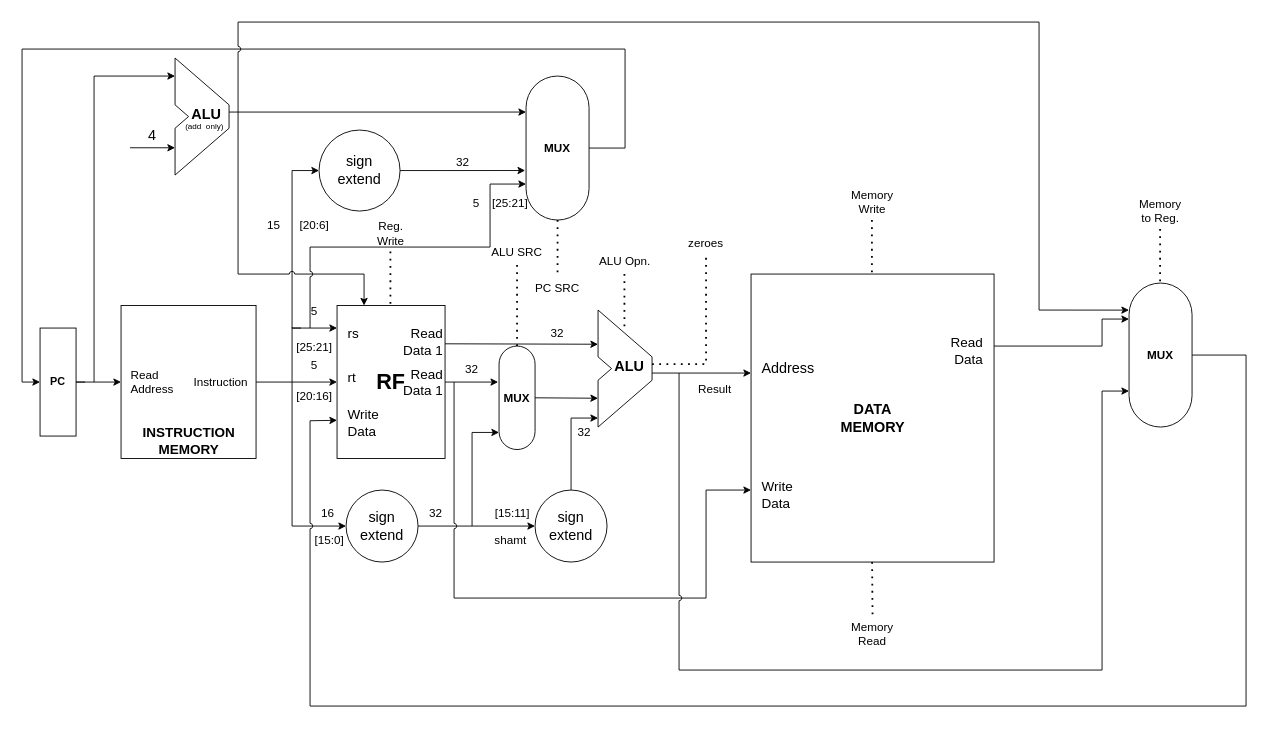
Above: Data path.drawio in nespar7/CompilersLab (draw.io), before the change. Source tidied: cells renumbered, new cells numbered last; positions are measured from the earlier drawing's top-left corner, leaving out a move shared by most shapes. Both pictures are drawn from the tidied source at 90%, with x=0, y=0 at pixel (22, 22).
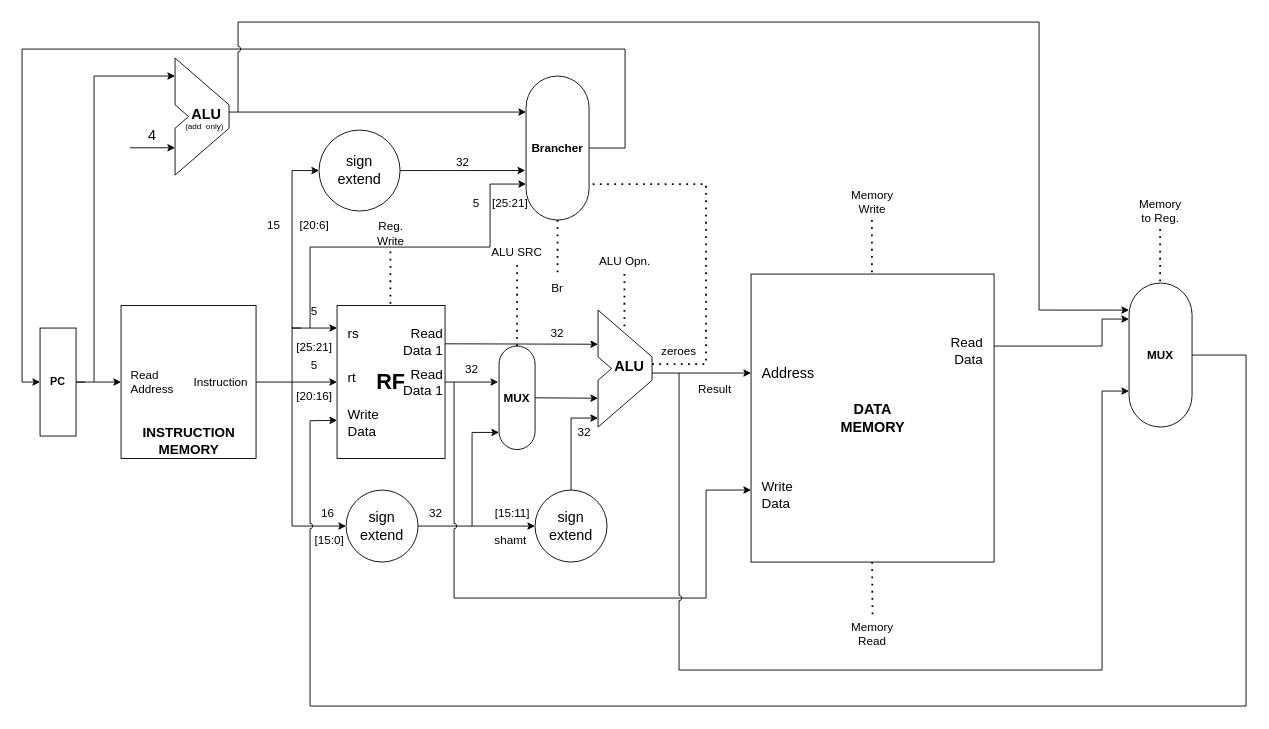
The same diagram, later.

The change refers to these unchanged cells:
```xml
<mxCell id="5" style="rounded=0;whiteSpace=wrap;html=1;fontSize=9;" parent="1" vertex="1">
  <mxGeometry x="350" y="315" width="120" height="170" as="geometry" />
</mxCell>
<mxCell id="21" value="&lt;font style=&quot;font-size: 16px;&quot;&gt;&lt;b&gt;ALU&lt;/b&gt;&lt;/font&gt;" style="text;html=1;strokeColor=none;fillColor=none;align=center;verticalAlign=middle;whiteSpace=wrap;rounded=0;fontSize=24;" parent="12" vertex="1">
  <mxGeometry x="10" y="50" width="50" height="20" as="geometry" />
</mxCell>
```

Change to the diagram source:
```diff
@@
-    <mxCell id="26" value="&lt;b&gt;&lt;font style=&quot;font-size: 13px;&quot;&gt;MUX&lt;/font&gt;&lt;/b&gt;" style="rounded=1;whiteSpace=wrap;html=1;fontSize=9;arcSize=50;" parent="1" vertex="1">
+    <mxCell id="26" value="&lt;b&gt;&lt;font style=&quot;font-size: 13px;&quot;&gt;Brancher&lt;/font&gt;&lt;/b&gt;" style="rounded=1;whiteSpace=wrap;html=1;fontSize=9;arcSize=50;" parent="1" vertex="1">
       <mxGeometry x="560" y="60" width="70" height="160" as="geometry" />
     </mxCell>
@@
-    <mxCell id="43" style="endArrow=classic;html=1;rounded=0;strokeColor=default;fontSize=13;jumpStyle=arc;entryX=0.25;entryY=0;entryDx=0;entryDy=0;" parent="1" edge="1" target="5">
-      <mxGeometry relative="1" as="geometry">
-        <mxPoint x="240" y="100" as="sourcePoint" />
-        <Array as="points">
-          <mxPoint x="240" y="280" />
-          <mxPoint x="380" y="280" />
-        </Array>
-      </mxGeometry>
-    </mxCell>
@@
     <mxCell id="66" value="&lt;div align=&quot;left&quot;&gt;Address&lt;/div&gt;" style="text;html=1;strokeColor=none;fillColor=none;align=left;verticalAlign=middle;whiteSpace=wrap;rounded=0;fontSize=16;" parent="1" vertex="1">
-      <mxGeometry x="820" y="370" width="60" height="30" as="geometry" />
+      <mxGeometry x="820" y="380" width="60" height="20" as="geometry" />
     </mxCell>
@@
     <mxCell id="85" value="zeroes" style="text;html=1;strokeColor=none;fillColor=none;align=center;verticalAlign=middle;whiteSpace=wrap;rounded=0;fontSize=13;" parent="1" vertex="1">
-      <mxGeometry x="730" y="230" width="60" height="30" as="geometry" />
+      <mxGeometry x="700" y="350" width="60" height="30" as="geometry" />
     </mxCell>
@@
-    <mxCell id="91" value="PC SRC" style="text;html=1;strokeColor=none;fillColor=none;align=center;verticalAlign=middle;whiteSpace=wrap;rounded=0;fontSize=13;" parent="1" vertex="1">
+    <mxCell id="91" value="Br" style="text;html=1;strokeColor=none;fillColor=none;align=center;verticalAlign=middle;whiteSpace=wrap;rounded=0;fontSize=13;" parent="1" vertex="1">
       <mxGeometry x="565" y="280" width="60" height="30" as="geometry" />
     </mxCell>
@@
-    <mxCell id="107" style="endArrow=none;dashed=1;html=1;dashPattern=1 3;strokeWidth=2;rounded=0;exitX=1;exitY=0.5;exitDx=0;exitDy=0;entryX=0.5;entryY=1;entryDx=0;entryDy=0;" parent="1" edge="1" source="21" target="85">
+    <mxCell id="107" style="endArrow=none;dashed=1;html=1;dashPattern=1 3;strokeWidth=2;rounded=0;exitX=1;exitY=0.5;exitDx=0;exitDy=0;entryX=1;entryY=0.75;entryDx=0;entryDy=0;" parent="1" edge="1" source="21" target="26">
       <mxGeometry relative="1" as="geometry">
         <Array as="points">
           <mxPoint x="760" y="380" />
+          <mxPoint x="760" y="180" />
         </Array>
       </mxGeometry>
     </mxCell>
```
